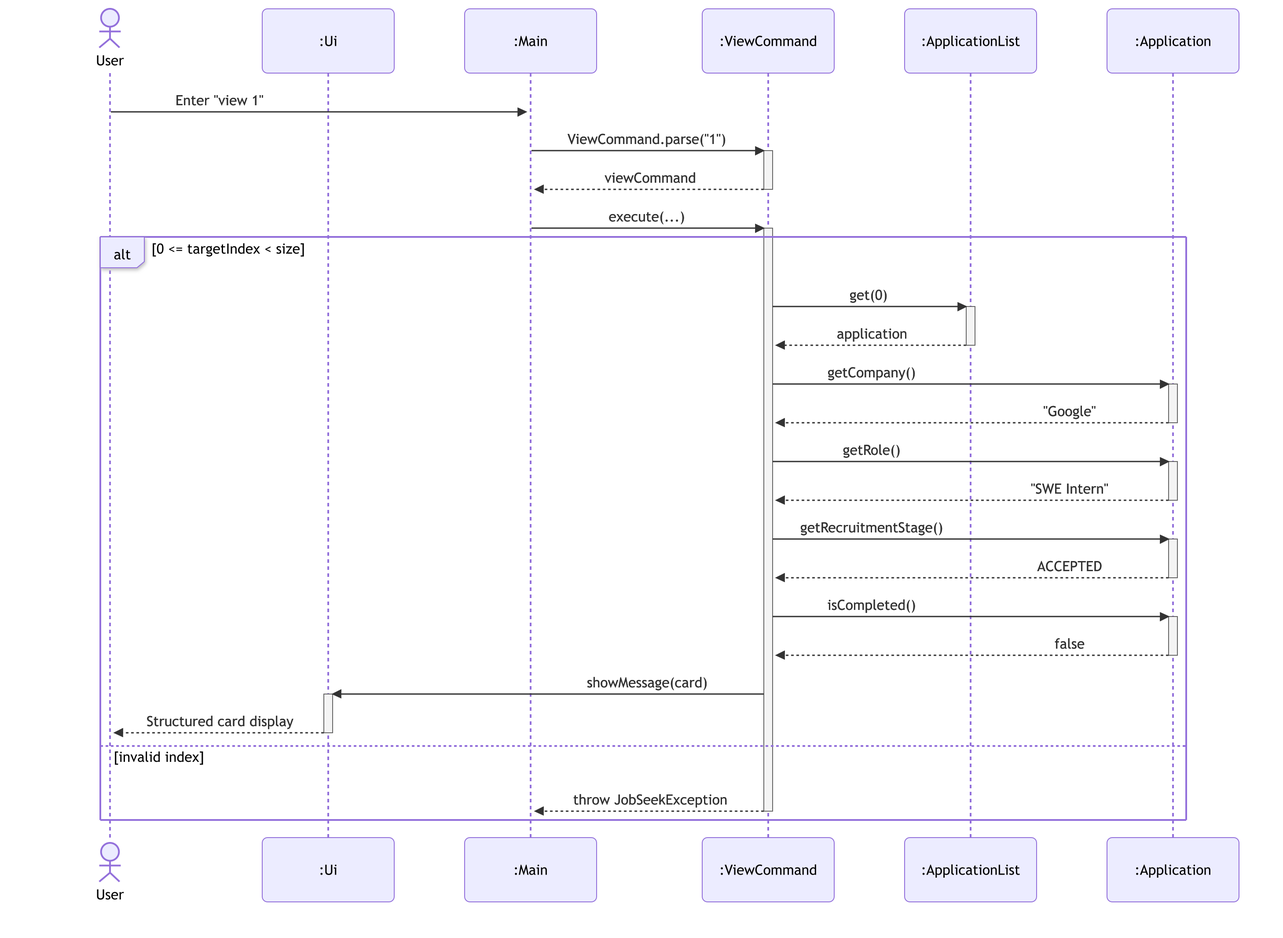
Above: docs/diagrams/view-application-sequence.png in AY2627S1-CS2113-T10-2/tp (Mermaid), before the change. Its source is kept beside it as docs/diagrams/sources/view-application-sequence.mmd.
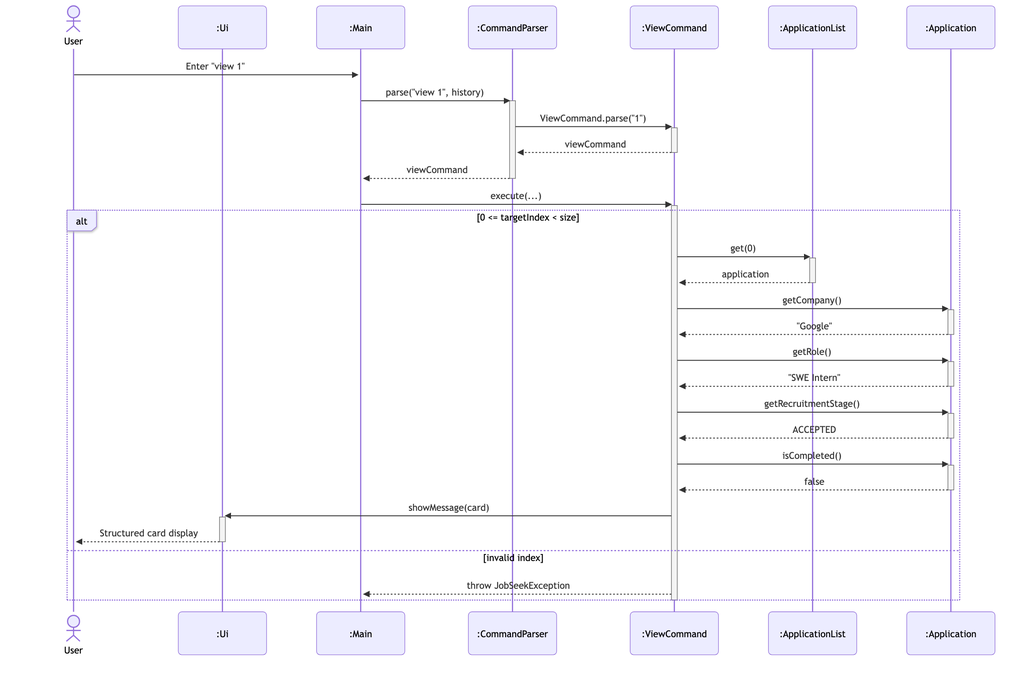
The same diagram one commit later.

Diff of the diagram source:
```diff
@@ -3,15 +3,20 @@
     actor user as User
     participant ui as :Ui
     participant main as :Main
+    participant parser as :CommandParser
     participant cmd as :ViewCommand
     participant list as :ApplicationList
     participant app as :Application
 
     user->>main: Enter "view 1"
-    main->>cmd: ViewCommand.parse("1")
+    main->>parser: parse("view 1", history)
+    activate parser
+    parser->>cmd: ViewCommand.parse("1")
     activate cmd
-    cmd-->>main: viewCommand
+    cmd-->>parser: viewCommand
     deactivate cmd
+    parser-->>main: viewCommand
+    deactivate parser
     main->>cmd: execute(...)
     activate cmd
 
```
